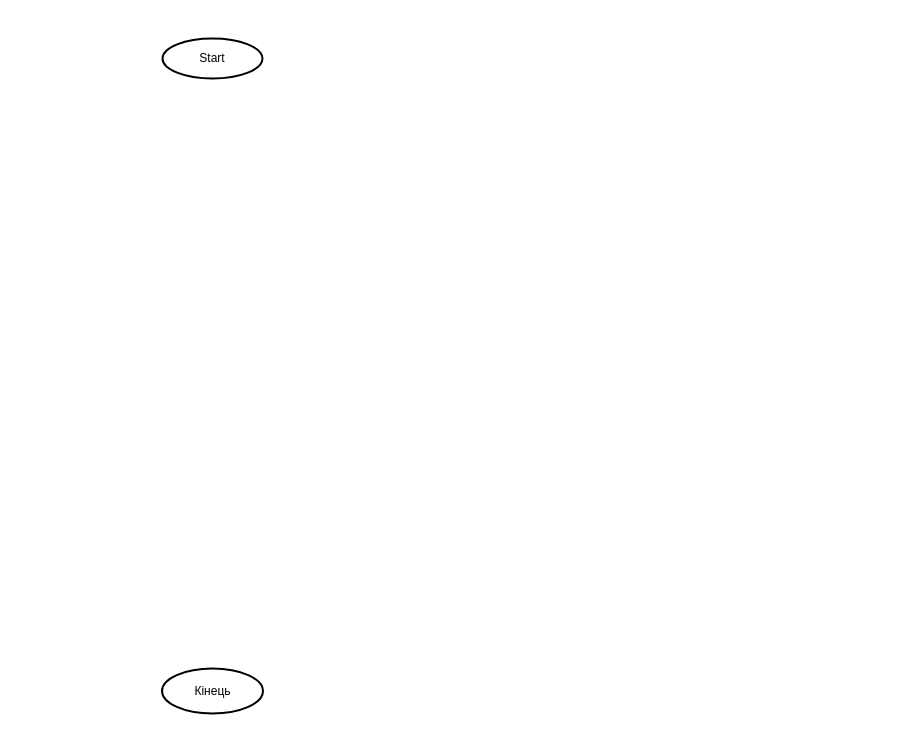
Before: diagrams/algoritms/task7.drawio in Vlas1d/Algorithms, a draw.io diagram. Source tidied: cells renumbered, new cells numbered last; positions are measured from the earlier drawing's top-left corner, leaving out a move shared by most shapes. Both pictures are drawn from the tidied source at 100%, with x=0, y=0 at pixel (162, 38).
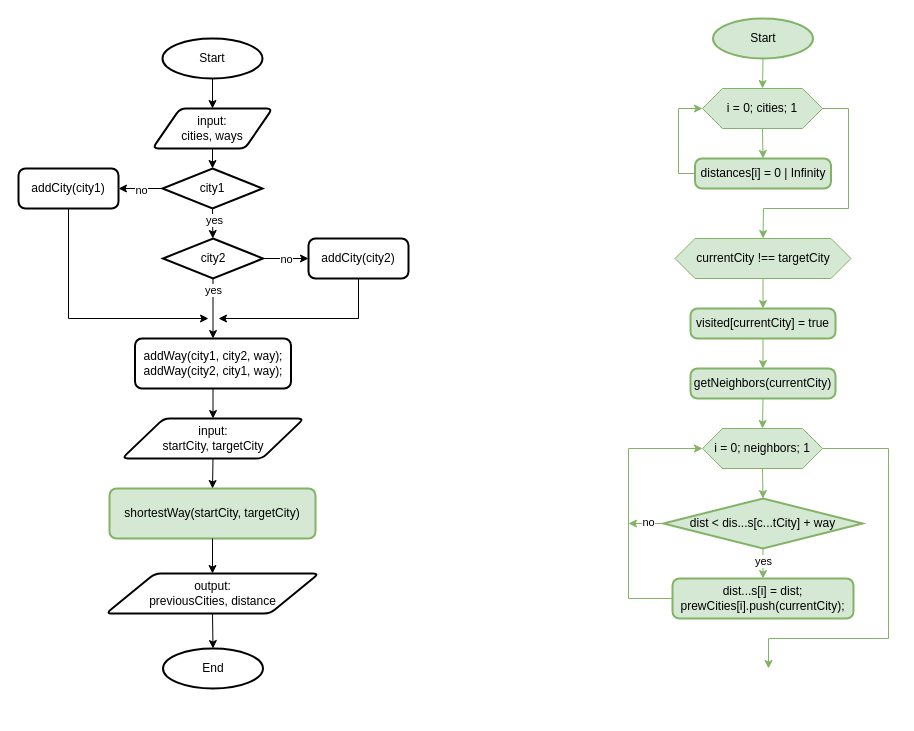
Above is the later version.

The change refers to these unchanged cells:
```xml
<mxCell id="2" value="Start" style="strokeWidth=2;html=1;shape=mxgraph.flowchart.start_1;whiteSpace=wrap;" parent="1" vertex="1">
  <mxGeometry width="100" height="40" as="geometry" />
</mxCell>
```

Change to the diagram source:
```diff
@@
-    <mxCell id="3" value="Кінець" style="strokeWidth=2;html=1;shape=mxgraph.flowchart.start_2;whiteSpace=wrap;" parent="1" vertex="1">
-      <mxGeometry x="-0.5" y="630" width="101" height="45" as="geometry" />
-    </mxCell>
+    <mxCell id="4" value="input:&lt;br&gt;cities, ways" style="shape=parallelogram;html=1;strokeWidth=2;perimeter=parallelogramPerimeter;whiteSpace=wrap;rounded=1;arcSize=12;size=0.23;" parent="1" vertex="1">
+      <mxGeometry x="-10" y="70" width="120" height="40" as="geometry" />
+    </mxCell>
+    <mxCell id="5" style="endArrow=classic;html=1;rounded=0;exitX=0.5;exitY=1;exitDx=0;exitDy=0;exitPerimeter=0;entryX=0.5;entryY=0;entryDx=0;entryDy=0;" parent="1" edge="1" source="2" target="4">
+      <mxGeometry relative="1" as="geometry" />
+    </mxCell>
+    <mxCell id="6" style="endArrow=classic;html=1;rounded=0;exitX=0.5;exitY=1;exitDx=0;exitDy=0;entryX=0.5;entryY=0;entryDx=0;entryDy=0;entryPerimeter=0;" parent="1" edge="1" source="4" target="7">
+      <mxGeometry relative="1" as="geometry" />
+    </mxCell>
+    <mxCell id="7" value="city1" style="strokeWidth=2;html=1;shape=mxgraph.flowchart.decision;whiteSpace=wrap;" parent="1" vertex="1">
+      <mxGeometry y="130" width="100" height="40" as="geometry" />
+    </mxCell>
+    <mxCell id="8" value="city2" style="strokeWidth=2;html=1;shape=mxgraph.flowchart.decision;whiteSpace=wrap;" parent="1" vertex="1">
+      <mxGeometry x="0.5" y="200" width="100" height="40" as="geometry" />
+    </mxCell>
+    <mxCell id="9" value="addCity(city1)" style="rounded=1;whiteSpace=wrap;html=1;absoluteArcSize=1;arcSize=14;strokeWidth=2;" parent="1" vertex="1">
+      <mxGeometry x="-144" y="130" width="100" height="40" as="geometry" />
+    </mxCell>
+    <mxCell id="10" value="addCity(city2)" style="rounded=1;whiteSpace=wrap;html=1;absoluteArcSize=1;arcSize=14;strokeWidth=2;" parent="1" vertex="1">
+      <mxGeometry x="146" y="200" width="100" height="40" as="geometry" />
+    </mxCell>
+    <mxCell id="11" style="endArrow=classic;html=1;rounded=0;exitX=0.5;exitY=1;exitDx=0;exitDy=0;exitPerimeter=0;" parent="1" edge="1" source="7" target="8">
+      <mxGeometry relative="1" as="geometry" />
+    </mxCell>
+    <mxCell id="12" value="yes" style="edgeLabel;html=1;align=center;verticalAlign=middle;" parent="11" vertex="1">
+      <mxGeometry x="-0.19" y="1" relative="1" as="geometry" />
+    </mxCell>
+    <mxCell id="13" style="endArrow=classic;html=1;rounded=0;exitX=0;exitY=0.5;exitDx=0;exitDy=0;exitPerimeter=0;entryX=1;entryY=0.5;entryDx=0;entryDy=0;" parent="1" edge="1" source="7" target="9">
+      <mxGeometry relative="1" as="geometry" />
+    </mxCell>
+    <mxCell id="14" value="no" style="edgeLabel;html=1;align=center;verticalAlign=middle;" parent="13" vertex="1">
+      <mxGeometry x="-0.02" y="1" relative="1" as="geometry" />
+    </mxCell>
+    <mxCell id="15" style="endArrow=classic;html=1;rounded=0;exitX=1;exitY=0.5;exitDx=0;exitDy=0;exitPerimeter=0;entryX=0;entryY=0.5;entryDx=0;entryDy=0;" parent="1" edge="1" source="8" target="10">
+      <mxGeometry relative="1" as="geometry" />
+    </mxCell>
+    <mxCell id="16" value="no" style="edgeLabel;html=1;align=center;verticalAlign=middle;" parent="15" vertex="1">
+      <mxGeometry relative="1" as="geometry" />
+    </mxCell>
+    <mxCell id="17" value="addWay(city1, city2, way);&lt;br&gt;addWay(city2, city1, way);" style="rounded=1;whiteSpace=wrap;html=1;absoluteArcSize=1;arcSize=14;strokeWidth=2;" parent="1" vertex="1">
+      <mxGeometry x="-27.5" y="300" width="156" height="50" as="geometry" />
+    </mxCell>
+    <mxCell id="18" style="endArrow=classic;html=1;rounded=0;exitX=0.5;exitY=1;exitDx=0;exitDy=0;exitPerimeter=0;" parent="1" edge="1" source="8" target="17">
+      <mxGeometry relative="1" as="geometry" />
+    </mxCell>
+    <mxCell id="19" value="yes" style="edgeLabel;html=1;align=center;verticalAlign=middle;" parent="18" vertex="1">
+      <mxGeometry x="-0.25" y="-2" relative="1" as="geometry">
+        <mxPoint x="2" y="-12" as="offset" />
+      </mxGeometry>
+    </mxCell>
+    <mxCell id="20" style="endArrow=classic;html=1;rounded=0;exitX=0.5;exitY=1;exitDx=0;exitDy=0;" parent="1" edge="1" source="9">
+      <mxGeometry relative="1" as="geometry">
+        <mxPoint x="46" y="280" as="targetPoint" />
+        <Array as="points">
+          <mxPoint x="-94" y="280" />
+        </Array>
+      </mxGeometry>
+    </mxCell>
+    <mxCell id="21" style="endArrow=classic;html=1;rounded=0;exitX=0.5;exitY=1;exitDx=0;exitDy=0;" parent="1" edge="1" source="10">
+      <mxGeometry relative="1" as="geometry">
+        <mxPoint x="56" y="280" as="targetPoint" />
+        <Array as="points">
+          <mxPoint x="196" y="280" />
+        </Array>
+      </mxGeometry>
+    </mxCell>
+    <mxCell id="22" value="i = 0; cities; 1" style="shape=hexagon;perimeter=hexagonPerimeter2;whiteSpace=wrap;html=1;fixedSize=1;fillColor=#d5e8d4;strokeColor=#82b366;" parent="1" vertex="1">
+      <mxGeometry x="540" y="50" width="120" height="40" as="geometry" />
+    </mxCell>
+    <mxCell id="23" value="distances[i] = 0 | Infinity" style="rounded=1;whiteSpace=wrap;html=1;absoluteArcSize=1;arcSize=14;strokeWidth=2;fillColor=#d5e8d4;strokeColor=#82b366;" parent="1" vertex="1">
+      <mxGeometry x="532.5" y="120" width="136" height="30" as="geometry" />
+    </mxCell>
+    <mxCell id="24" style="endArrow=classic;html=1;rounded=0;exitX=0.5;exitY=1;exitDx=0;exitDy=0;entryX=0.5;entryY=0;entryDx=0;entryDy=0;fillColor=#d5e8d4;strokeColor=#82b366;" parent="1" edge="1" source="22" target="23">
+      <mxGeometry relative="1" as="geometry" />
+    </mxCell>
+    <mxCell id="25" style="endArrow=classic;html=1;rounded=0;exitX=0;exitY=0.5;exitDx=0;exitDy=0;entryX=0;entryY=0.5;entryDx=0;entryDy=0;fillColor=#d5e8d4;strokeColor=#82b366;" parent="1" edge="1" source="23" target="22">
+      <mxGeometry relative="1" as="geometry">
+        <Array as="points">
+          <mxPoint x="516" y="135" />
+          <mxPoint x="516" y="70" />
+        </Array>
+      </mxGeometry>
+    </mxCell>
+    <mxCell id="26" style="endArrow=classic;html=1;rounded=0;exitX=1;exitY=0.5;exitDx=0;exitDy=0;entryX=0.5;entryY=0;entryDx=0;entryDy=0;fillColor=#d5e8d4;strokeColor=#82b366;" parent="1" edge="1" source="22" target="27">
+      <mxGeometry relative="1" as="geometry">
+        <Array as="points">
+          <mxPoint x="686" y="70" />
+          <mxPoint x="686" y="170" />
+          <mxPoint x="601" y="170" />
+        </Array>
+      </mxGeometry>
+    </mxCell>
+    <mxCell id="27" value="currentCity !== targetCity" style="shape=hexagon;perimeter=hexagonPerimeter2;whiteSpace=wrap;html=1;fixedSize=1;fillColor=#d5e8d4;strokeColor=#82b366;" parent="1" vertex="1">
+      <mxGeometry x="512.5" y="200" width="176" height="40" as="geometry" />
+    </mxCell>
+    <mxCell id="28" value="visited[currentCity] = true" style="rounded=1;whiteSpace=wrap;html=1;absoluteArcSize=1;arcSize=14;strokeWidth=2;fillColor=#d5e8d4;strokeColor=#82b366;" parent="1" vertex="1">
+      <mxGeometry x="528" y="270" width="145" height="30" as="geometry" />
+    </mxCell>
+    <mxCell id="29" value="getNeighbors(currentCity)" style="rounded=1;whiteSpace=wrap;html=1;absoluteArcSize=1;arcSize=14;strokeWidth=2;fillColor=#d5e8d4;strokeColor=#82b366;" parent="1" vertex="1">
+      <mxGeometry x="528" y="330" width="145" height="30" as="geometry" />
+    </mxCell>
+    <mxCell id="30" value="dist...s[i] = dist;&lt;br&gt;prewCities[i].push(currentCity);" style="rounded=1;whiteSpace=wrap;html=1;absoluteArcSize=1;arcSize=14;strokeWidth=2;fillColor=#d5e8d4;strokeColor=#82b366;" parent="1" vertex="1">
+      <mxGeometry x="510" y="540" width="181" height="40" as="geometry" />
+    </mxCell>
+    <mxCell id="31" value="dist &amp;lt; dis...s[c...tCity] + way" style="strokeWidth=2;html=1;shape=mxgraph.flowchart.decision;whiteSpace=wrap;fillColor=#d5e8d4;strokeColor=#82b366;" parent="1" vertex="1">
+      <mxGeometry x="500.9" y="460" width="199.2" height="50" as="geometry" />
+    </mxCell>
+    <mxCell id="32" value="i = 0; neighbors; 1" style="shape=hexagon;perimeter=hexagonPerimeter2;whiteSpace=wrap;html=1;fixedSize=1;fillColor=#d5e8d4;strokeColor=#82b366;" parent="1" vertex="1">
+      <mxGeometry x="540" y="390" width="120" height="40" as="geometry" />
+    </mxCell>
+    <mxCell id="33" style="endArrow=classic;html=1;rounded=0;exitX=0.5;exitY=1;exitDx=0;exitDy=0;entryX=0.5;entryY=0;entryDx=0;entryDy=0;entryPerimeter=0;fillColor=#d5e8d4;strokeColor=#82b366;" parent="1" edge="1" source="32" target="31">
+      <mxGeometry relative="1" as="geometry" />
+    </mxCell>
+    <mxCell id="34" style="endArrow=classic;html=1;rounded=0;exitX=0.5;exitY=1;exitDx=0;exitDy=0;exitPerimeter=0;entryX=0.5;entryY=0;entryDx=0;entryDy=0;fillColor=#d5e8d4;strokeColor=#82b366;" parent="1" edge="1" source="31" target="30">
+      <mxGeometry relative="1" as="geometry" />
+    </mxCell>
+    <mxCell id="35" value="yes" style="edgeLabel;html=1;align=center;verticalAlign=middle;" parent="34" vertex="1">
+      <mxGeometry x="-0.23" relative="1" as="geometry" />
+    </mxCell>
+    <mxCell id="36" style="endArrow=classic;html=1;rounded=0;exitX=0;exitY=0.5;exitDx=0;exitDy=0;entryX=0;entryY=0.5;entryDx=0;entryDy=0;fillColor=#d5e8d4;strokeColor=#82b366;" parent="1" edge="1" source="30" target="32">
+      <mxGeometry relative="1" as="geometry">
+        <Array as="points">
+          <mxPoint x="466" y="560" />
+          <mxPoint x="466" y="410" />
+        </Array>
+      </mxGeometry>
+    </mxCell>
+    <mxCell id="37" style="endArrow=classic;html=1;rounded=0;exitX=0;exitY=0.5;exitDx=0;exitDy=0;exitPerimeter=0;fillColor=#d5e8d4;strokeColor=#82b366;" parent="1" edge="1" source="31">
+      <mxGeometry relative="1" as="geometry">
+        <mxPoint x="466" y="485" as="targetPoint" />
+      </mxGeometry>
+    </mxCell>
+    <mxCell id="38" value="no" style="edgeLabel;html=1;align=center;verticalAlign=middle;" parent="37" vertex="1">
+      <mxGeometry x="-0.14" y="-2" relative="1" as="geometry" />
+    </mxCell>
+    <mxCell id="39" style="endArrow=classic;html=1;rounded=0;exitX=1;exitY=0.5;exitDx=0;exitDy=0;fillColor=#d5e8d4;strokeColor=#82b366;" parent="1" edge="1" source="32">
+      <mxGeometry relative="1" as="geometry">
+        <mxPoint x="606" y="630" as="targetPoint" />
+        <Array as="points">
+          <mxPoint x="726" y="410" />
+          <mxPoint x="726" y="600" />
+          <mxPoint x="606" y="600" />
+        </Array>
+      </mxGeometry>
+    </mxCell>
+    <mxCell id="40" style="endArrow=classic;html=1;rounded=0;exitX=0.5;exitY=1;exitDx=0;exitDy=0;entryX=0.5;entryY=0;entryDx=0;entryDy=0;fillColor=#d5e8d4;strokeColor=#82b366;" parent="1" edge="1" source="27" target="28">
+      <mxGeometry relative="1" as="geometry" />
+    </mxCell>
+    <mxCell id="41" style="endArrow=classic;html=1;rounded=0;exitX=0.5;exitY=1;exitDx=0;exitDy=0;entryX=0.5;entryY=0;entryDx=0;entryDy=0;fillColor=#d5e8d4;strokeColor=#82b366;" parent="1" edge="1" source="28" target="29">
+      <mxGeometry relative="1" as="geometry" />
+    </mxCell>
+    <mxCell id="42" style="endArrow=classic;html=1;rounded=0;exitX=0.5;exitY=1;exitDx=0;exitDy=0;entryX=0.5;entryY=0;entryDx=0;entryDy=0;fillColor=#d5e8d4;strokeColor=#82b366;" parent="1" edge="1" source="29" target="32">
+      <mxGeometry relative="1" as="geometry" />
+    </mxCell>
+    <mxCell id="43" value="Start" style="strokeWidth=2;html=1;shape=mxgraph.flowchart.start_1;whiteSpace=wrap;fillColor=#d5e8d4;strokeColor=#82b366;" parent="1" vertex="1">
+      <mxGeometry x="550.5" y="-20" width="100" height="40" as="geometry" />
+    </mxCell>
+    <mxCell id="44" style="endArrow=classic;html=1;rounded=0;exitX=0.5;exitY=1;exitDx=0;exitDy=0;exitPerimeter=0;entryX=0.5;entryY=0;entryDx=0;entryDy=0;fillColor=#d5e8d4;strokeColor=#82b366;" parent="1" edge="1" source="43" target="22">
+      <mxGeometry relative="1" as="geometry" />
+    </mxCell>
+    <mxCell id="45" style="endArrow=classic;html=1;rounded=0;exitX=0.5;exitY=1;exitDx=0;exitDy=0;entryX=0.5;entryY=0;entryDx=0;entryDy=0;" parent="1" edge="1" source="17" target="47">
+      <mxGeometry relative="1" as="geometry" />
+    </mxCell>
+    <mxCell id="46" value="shortestWay(startCity, targetCity)" style="rounded=1;whiteSpace=wrap;html=1;absoluteArcSize=1;arcSize=14;strokeWidth=2;fillColor=#d5e8d4;strokeColor=#82b366;" parent="1" vertex="1">
+      <mxGeometry x="-53" y="450" width="206" height="50" as="geometry" />
+    </mxCell>
+    <mxCell id="47" value="input:&lt;br&gt;startCity, targetCity" style="shape=parallelogram;html=1;strokeWidth=2;perimeter=parallelogramPerimeter;whiteSpace=wrap;rounded=1;arcSize=12;size=0.23;" parent="1" vertex="1">
+      <mxGeometry x="-40.5" y="380" width="182" height="40" as="geometry" />
+    </mxCell>
+    <mxCell id="48" style="endArrow=classic;html=1;rounded=0;exitX=0.5;exitY=1;exitDx=0;exitDy=0;entryX=0.5;entryY=0;entryDx=0;entryDy=0;" parent="1" edge="1" source="47" target="46">
+      <mxGeometry relative="1" as="geometry" />
+    </mxCell>
+    <mxCell id="49" value="End" style="strokeWidth=2;html=1;shape=mxgraph.flowchart.start_1;whiteSpace=wrap;" parent="1" vertex="1">
+      <mxGeometry x="0.5" y="610" width="100" height="40" as="geometry" />
+    </mxCell>
+    <mxCell id="50" style="endArrow=classic;html=1;rounded=0;exitX=0.5;exitY=1;exitDx=0;exitDy=0;entryX=0.5;entryY=0;entryDx=0;entryDy=0;" parent="1" edge="1" source="46" target="51">
+      <mxGeometry relative="1" as="geometry" />
+    </mxCell>
+    <mxCell id="51" value="output:&lt;br&gt;previousCities, distance" style="shape=parallelogram;html=1;strokeWidth=2;perimeter=parallelogramPerimeter;whiteSpace=wrap;rounded=1;arcSize=12;size=0.23;" parent="1" vertex="1">
+      <mxGeometry x="-56.5" y="535" width="213" height="40" as="geometry" />
+    </mxCell>
+    <mxCell id="52" style="endArrow=classic;html=1;rounded=0;exitX=0.5;exitY=1;exitDx=0;exitDy=0;entryX=0.5;entryY=0;entryDx=0;entryDy=0;entryPerimeter=0;" parent="1" edge="1" source="51" target="49">
+      <mxGeometry relative="1" as="geometry" />
+    </mxCell>
```
